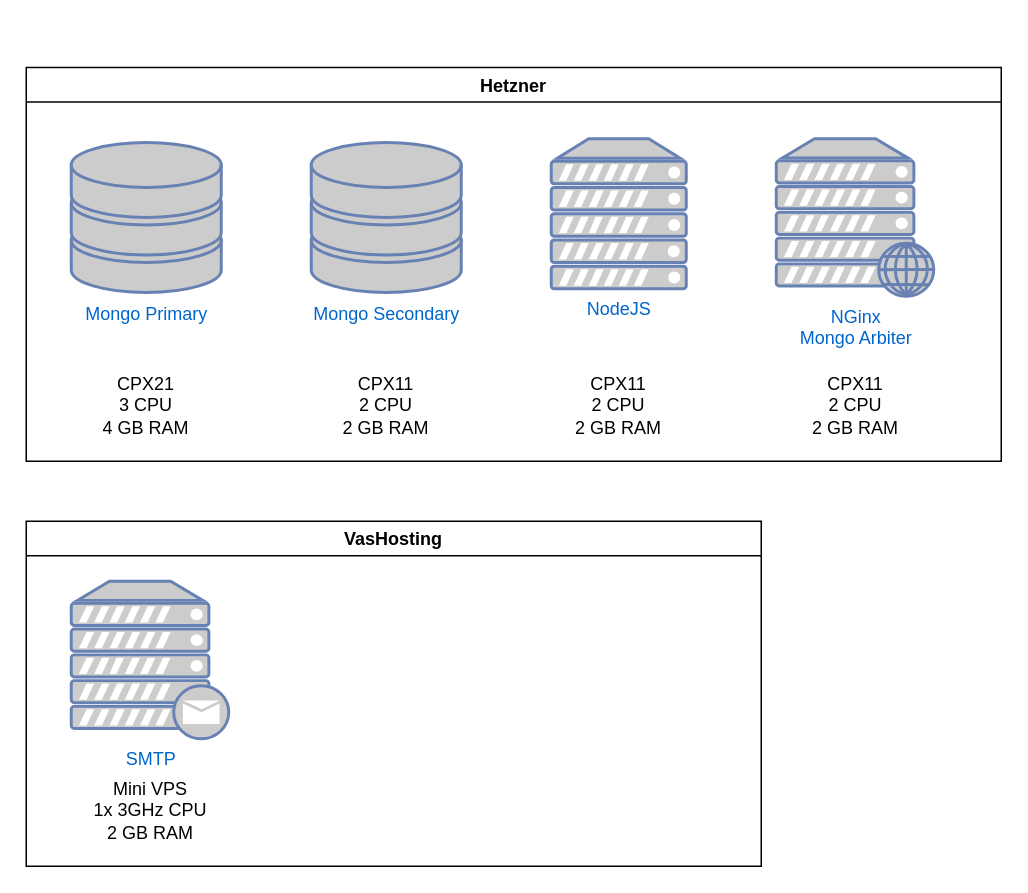
Earlier version of the draw.io diagram deploy/deployment.drawio (literakl/mezinamiridici). Source tidied: cells renumbered, new cells numbered last; positions are measured from the earlier drawing's top-left corner, leaving out a move shared by most shapes. Both pictures are drawn from the tidied source at 150%, with x=0, y=0 at pixel (26, 68).
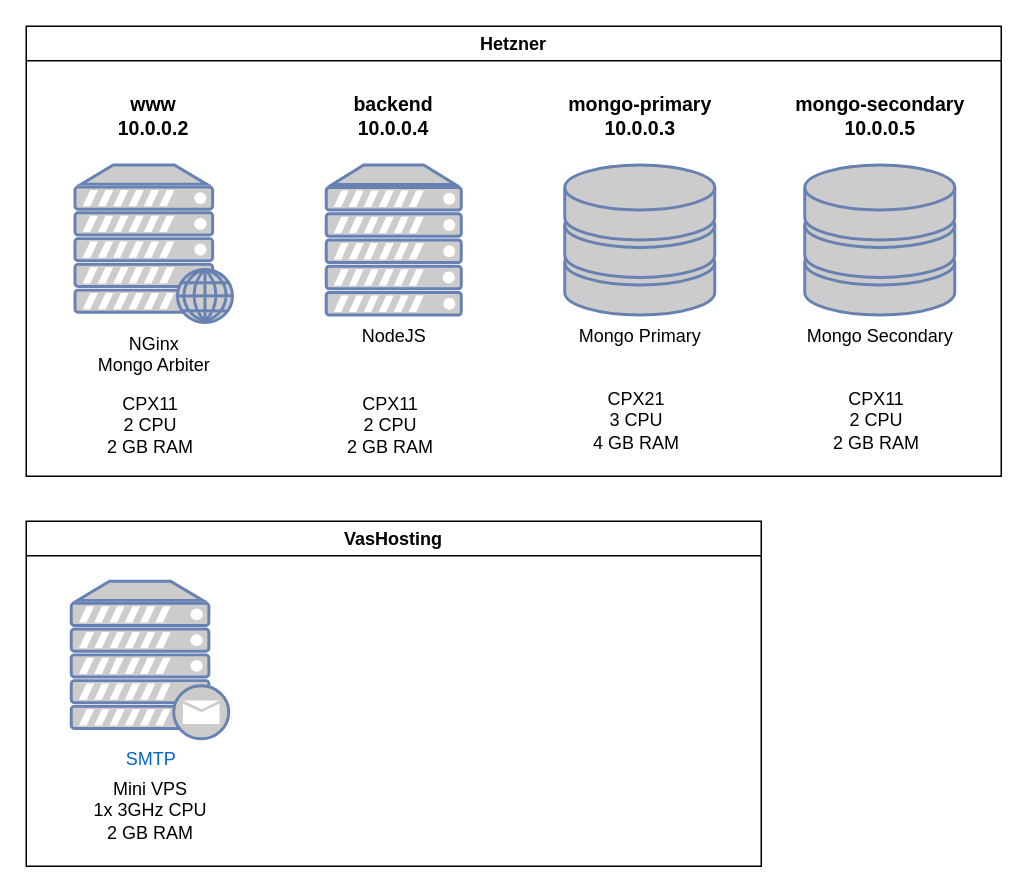
After the change.

Diff of the diagram source:
```diff
@@
 <mxGraphModel>
   <root>
     <mxCell id="0" />
     <mxCell id="1" parent="0" />
     <mxCell id="2" value="SMTP" style="fontColor=#0066CC;verticalAlign=top;verticalLabelPosition=bottom;labelPosition=center;align=center;html=1;fillColor=#CCCCCC;strokeColor=#6881B3;gradientColor=none;gradientDirection=north;strokeWidth=2;shape=mxgraph.networks.mail_server;" parent="1" vertex="1">
       <mxGeometry x="30" y="342" width="105" height="105" as="geometry" />
     </mxCell>
     <mxCell id="3" value="Hetzner" style="swimlane;" parent="1" vertex="1">
-      <mxGeometry y="-0.5" width="650" height="262.5" as="geometry" />
+      <mxGeometry y="-28" width="650" height="300" as="geometry" />
     </mxCell>
     <mxCell id="4" value="CPX21&lt;br&gt;3 CPU &lt;br&gt;4 GB RAM" style="text;html=1;strokeColor=none;fillColor=none;align=center;verticalAlign=middle;whiteSpace=wrap;rounded=0;" parent="3" vertex="1">
-      <mxGeometry x="15" y="202.5" width="130" height="46.5" as="geometry" />
+      <mxGeometry x="342" y="240" width="130" height="46.5" as="geometry" />
     </mxCell>
-    <mxCell id="5" value="NodeJS" style="fontColor=#0066CC;verticalAlign=top;verticalLabelPosition=bottom;labelPosition=center;align=center;html=1;fillColor=#CCCCCC;strokeColor=#6881B3;gradientColor=none;gradientDirection=north;strokeWidth=2;shape=mxgraph.networks.server;" parent="3" vertex="1">
-      <mxGeometry x="350" y="47.5" width="90" height="100" as="geometry" />
-    </mxCell>
-    <mxCell id="6" value="NGinx&lt;br&gt;Mongo Arbiter" style="fontColor=#0066CC;verticalAlign=top;verticalLabelPosition=bottom;labelPosition=center;align=center;html=1;fillColor=#CCCCCC;strokeColor=#6881B3;gradientColor=none;gradientDirection=north;strokeWidth=2;shape=mxgraph.networks.web_server;" parent="3" vertex="1">
-      <mxGeometry x="500" y="47.5" width="105" height="105" as="geometry" />
-    </mxCell>
-    <mxCell id="7" value="CPX11&lt;br&gt;2 CPU &lt;br&gt;2 GB RAM" style="text;html=1;strokeColor=none;fillColor=none;align=center;verticalAlign=middle;whiteSpace=wrap;rounded=0;" parent="3" vertex="1">
-      <mxGeometry x="330" y="202.5" width="130" height="46.5" as="geometry" />
-    </mxCell>
-    <mxCell id="8" value="CPX11&lt;br&gt;2 CPU &lt;br&gt;2 GB RAM" style="text;html=1;strokeColor=none;fillColor=none;align=center;verticalAlign=middle;whiteSpace=wrap;rounded=0;" parent="3" vertex="1">
-      <mxGeometry x="487.5" y="202.5" width="130" height="46.5" as="geometry" />
-    </mxCell>
-    <mxCell id="9" value="Mongo Secondary" style="fontColor=#0066CC;verticalAlign=top;verticalLabelPosition=bottom;labelPosition=center;align=center;html=1;fillColor=#CCCCCC;strokeColor=#6881B3;gradientColor=none;gradientDirection=north;strokeWidth=2;shape=mxgraph.networks.storage;" parent="3" vertex="1">
-      <mxGeometry x="190" y="50" width="100" height="100" as="geometry" />
+    <mxCell id="9" value="Mongo Secondary" style="verticalAlign=top;verticalLabelPosition=bottom;labelPosition=center;align=center;html=1;fillColor=#CCCCCC;strokeColor=#6881B3;gradientColor=none;gradientDirection=north;strokeWidth=2;shape=mxgraph.networks.storage;" parent="3" vertex="1">
+      <mxGeometry x="519" y="92.5" width="100" height="100" as="geometry" />
     </mxCell>
     <mxCell id="10" value="CPX11&lt;br&gt;2 CPU &lt;br&gt;2 GB RAM" style="text;html=1;strokeColor=none;fillColor=none;align=center;verticalAlign=middle;whiteSpace=wrap;rounded=0;" parent="3" vertex="1">
-      <mxGeometry x="175" y="202.5" width="130" height="46.5" as="geometry" />
+      <mxGeometry x="502" y="240" width="130" height="46.5" as="geometry" />
     </mxCell>
-    <mxCell id="11" value="Mongo Primary" style="fontColor=#0066CC;verticalAlign=top;verticalLabelPosition=bottom;labelPosition=center;align=center;html=1;fillColor=#CCCCCC;strokeColor=#6881B3;gradientColor=none;gradientDirection=north;strokeWidth=2;shape=mxgraph.networks.storage;" parent="3" vertex="1">
-      <mxGeometry x="30" y="50" width="100" height="100" as="geometry" />
+    <mxCell id="11" value="Mongo Primary" style="verticalAlign=top;verticalLabelPosition=bottom;labelPosition=center;align=center;html=1;fillColor=#CCCCCC;strokeColor=#6881B3;gradientColor=none;gradientDirection=north;strokeWidth=2;shape=mxgraph.networks.storage;" parent="3" vertex="1">
+      <mxGeometry x="359" y="92.5" width="100" height="100" as="geometry" />
     </mxCell>
+    <mxCell id="6" value="NGinx&lt;br&gt;Mongo Arbiter" style="verticalAlign=top;verticalLabelPosition=bottom;labelPosition=center;align=center;html=1;fillColor=#CCCCCC;strokeColor=#6881B3;gradientColor=none;gradientDirection=north;strokeWidth=2;shape=mxgraph.networks.web_server;" parent="3" vertex="1">
+      <mxGeometry x="32.5" y="92.5" width="105" height="105" as="geometry" />
+    </mxCell>
+    <mxCell id="8" value="CPX11&lt;br&gt;2 CPU &lt;br&gt;2 GB RAM" style="text;html=1;strokeColor=none;fillColor=none;align=center;verticalAlign=middle;whiteSpace=wrap;rounded=0;" parent="3" vertex="1">
+      <mxGeometry x="18" y="242.5" width="130" height="46.5" as="geometry" />
+    </mxCell>
+    <mxCell id="14" value="www&lt;br style=&quot;font-size: 13px;&quot;&gt;10.0.0.2" style="text;html=1;strokeColor=none;fillColor=none;align=center;verticalAlign=middle;whiteSpace=wrap;rounded=0;fontStyle=1;fontSize=13;" parent="3" vertex="1">
+      <mxGeometry x="65" y="50" width="40" height="20" as="geometry" />
+    </mxCell>
+    <mxCell id="5" value="NodeJS" style="verticalAlign=top;verticalLabelPosition=bottom;labelPosition=center;align=center;html=1;fillColor=#CCCCCC;strokeColor=#6881B3;gradientColor=none;gradientDirection=north;strokeWidth=2;shape=mxgraph.networks.server;" parent="3" vertex="1">
+      <mxGeometry x="200" y="92.5" width="90" height="100" as="geometry" />
+    </mxCell>
+    <mxCell id="7" value="CPX11&lt;br&gt;2 CPU &lt;br&gt;2 GB RAM" style="text;html=1;strokeColor=none;fillColor=none;align=center;verticalAlign=middle;whiteSpace=wrap;rounded=0;" parent="3" vertex="1">
+      <mxGeometry x="178" y="242.5" width="130" height="46.5" as="geometry" />
+    </mxCell>
+    <mxCell id="15" value="backend&lt;br style=&quot;font-size: 13px&quot;&gt;10.0.0.4" style="text;html=1;strokeColor=none;fillColor=none;align=center;verticalAlign=middle;whiteSpace=wrap;rounded=0;fontStyle=1;fontSize=13;" parent="3" vertex="1">
+      <mxGeometry x="225" y="50" width="40" height="20" as="geometry" />
+    </mxCell>
+    <mxCell id="16" value="mongo-primary&lt;br style=&quot;font-size: 13px&quot;&gt;10.0.0.3" style="text;html=1;strokeColor=none;fillColor=none;align=center;verticalAlign=middle;whiteSpace=wrap;rounded=0;fontStyle=1;fontSize=13;" parent="3" vertex="1">
+      <mxGeometry x="348.5" y="50" width="121" height="20" as="geometry" />
+    </mxCell>
+    <mxCell id="17" value="mongo-secondary&lt;br style=&quot;font-size: 13px&quot;&gt;10.0.0.5" style="text;html=1;strokeColor=none;fillColor=none;align=center;verticalAlign=middle;whiteSpace=wrap;rounded=0;fontStyle=1;fontSize=13;" parent="3" vertex="1">
+      <mxGeometry x="508.5" y="50" width="121" height="20" as="geometry" />
+    </mxCell>
     <mxCell id="12" value="VasHosting" style="swimlane;startSize=23;" parent="1" vertex="1">
       <mxGeometry y="302" width="490" height="230" as="geometry" />
     </mxCell>
     <mxCell id="13" value="Mini VPS&lt;br&gt;1x 3GHz CPU &lt;br&gt;2 GB RAM" style="text;html=1;strokeColor=none;fillColor=none;align=center;verticalAlign=middle;whiteSpace=wrap;rounded=0;" parent="12" vertex="1">
       <mxGeometry x="17.5" y="170" width="130" height="46.5" as="geometry" />
     </mxCell>
   </root>
 </mxGraphModel>
```
